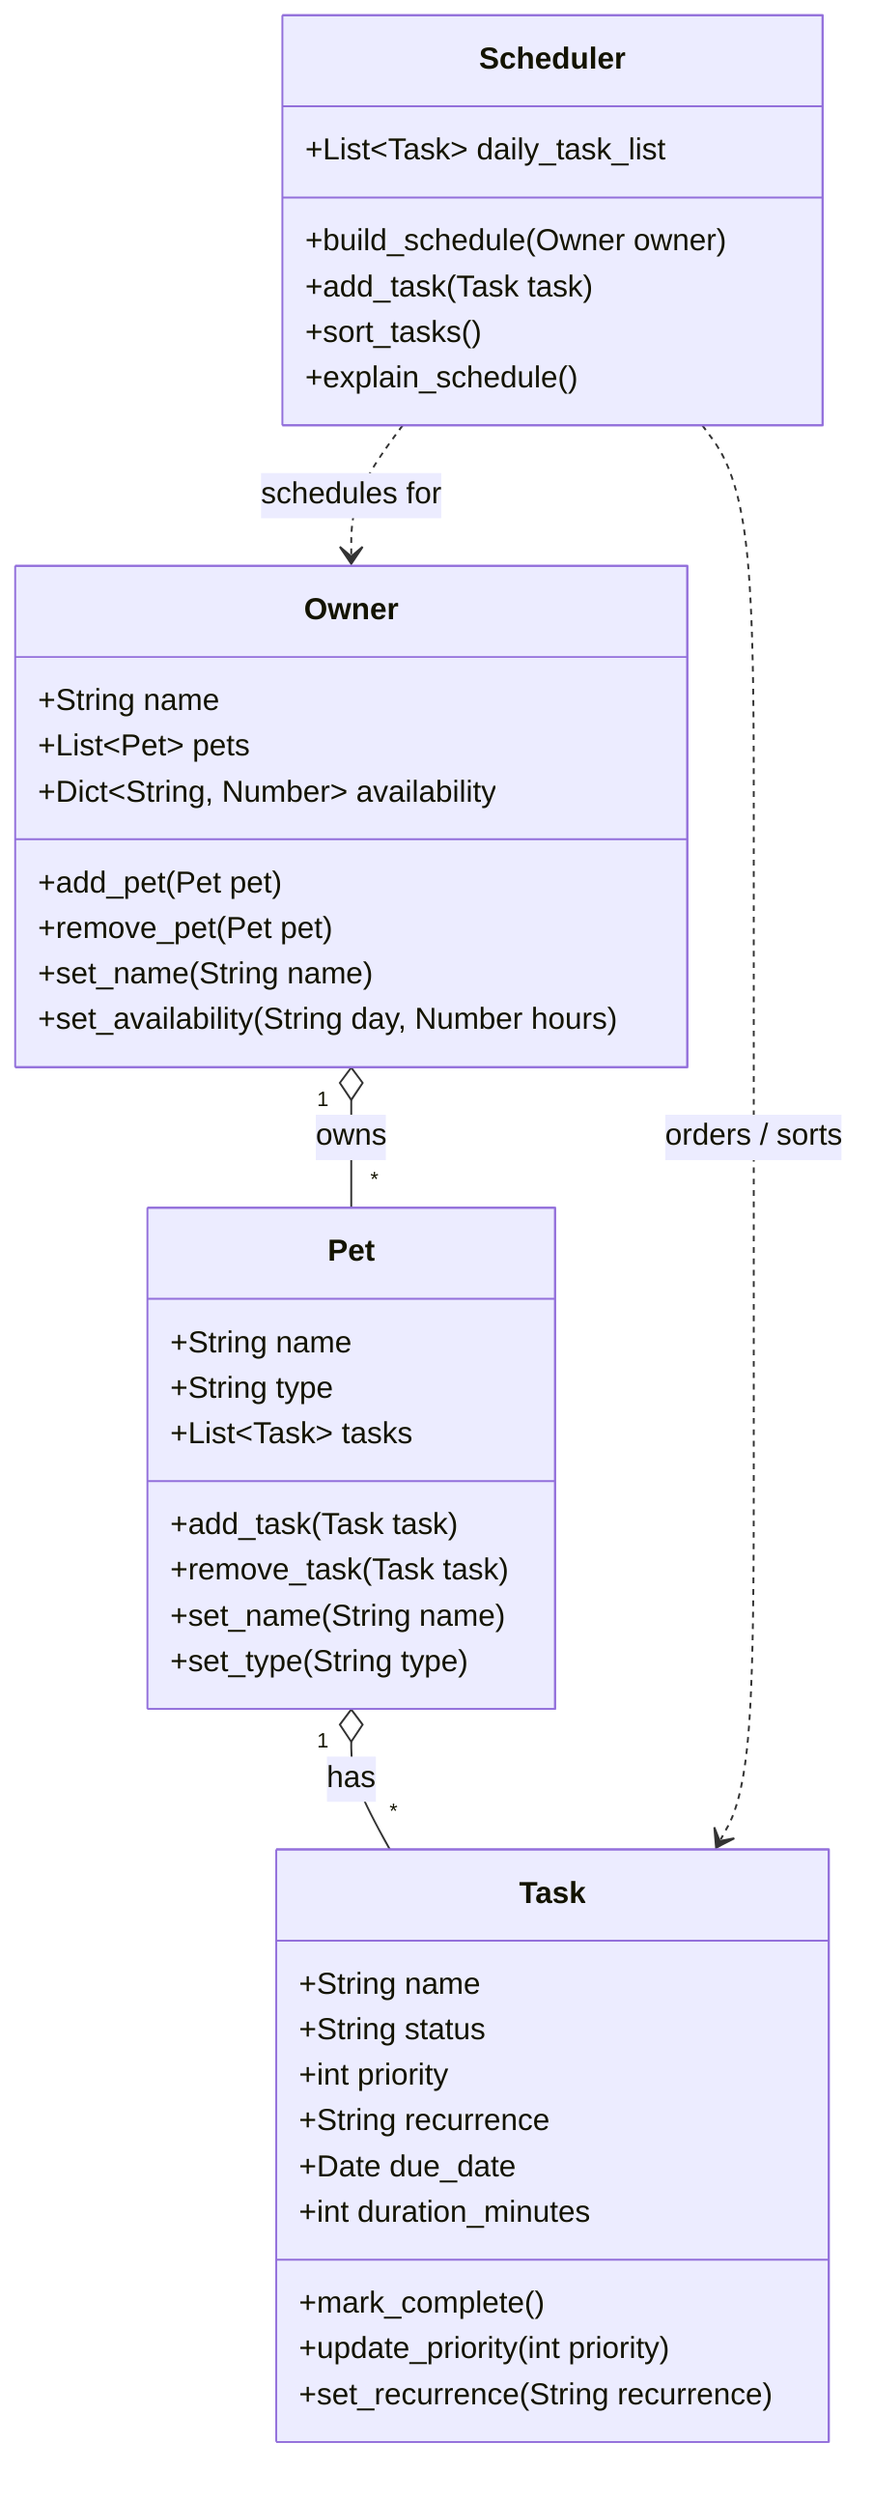
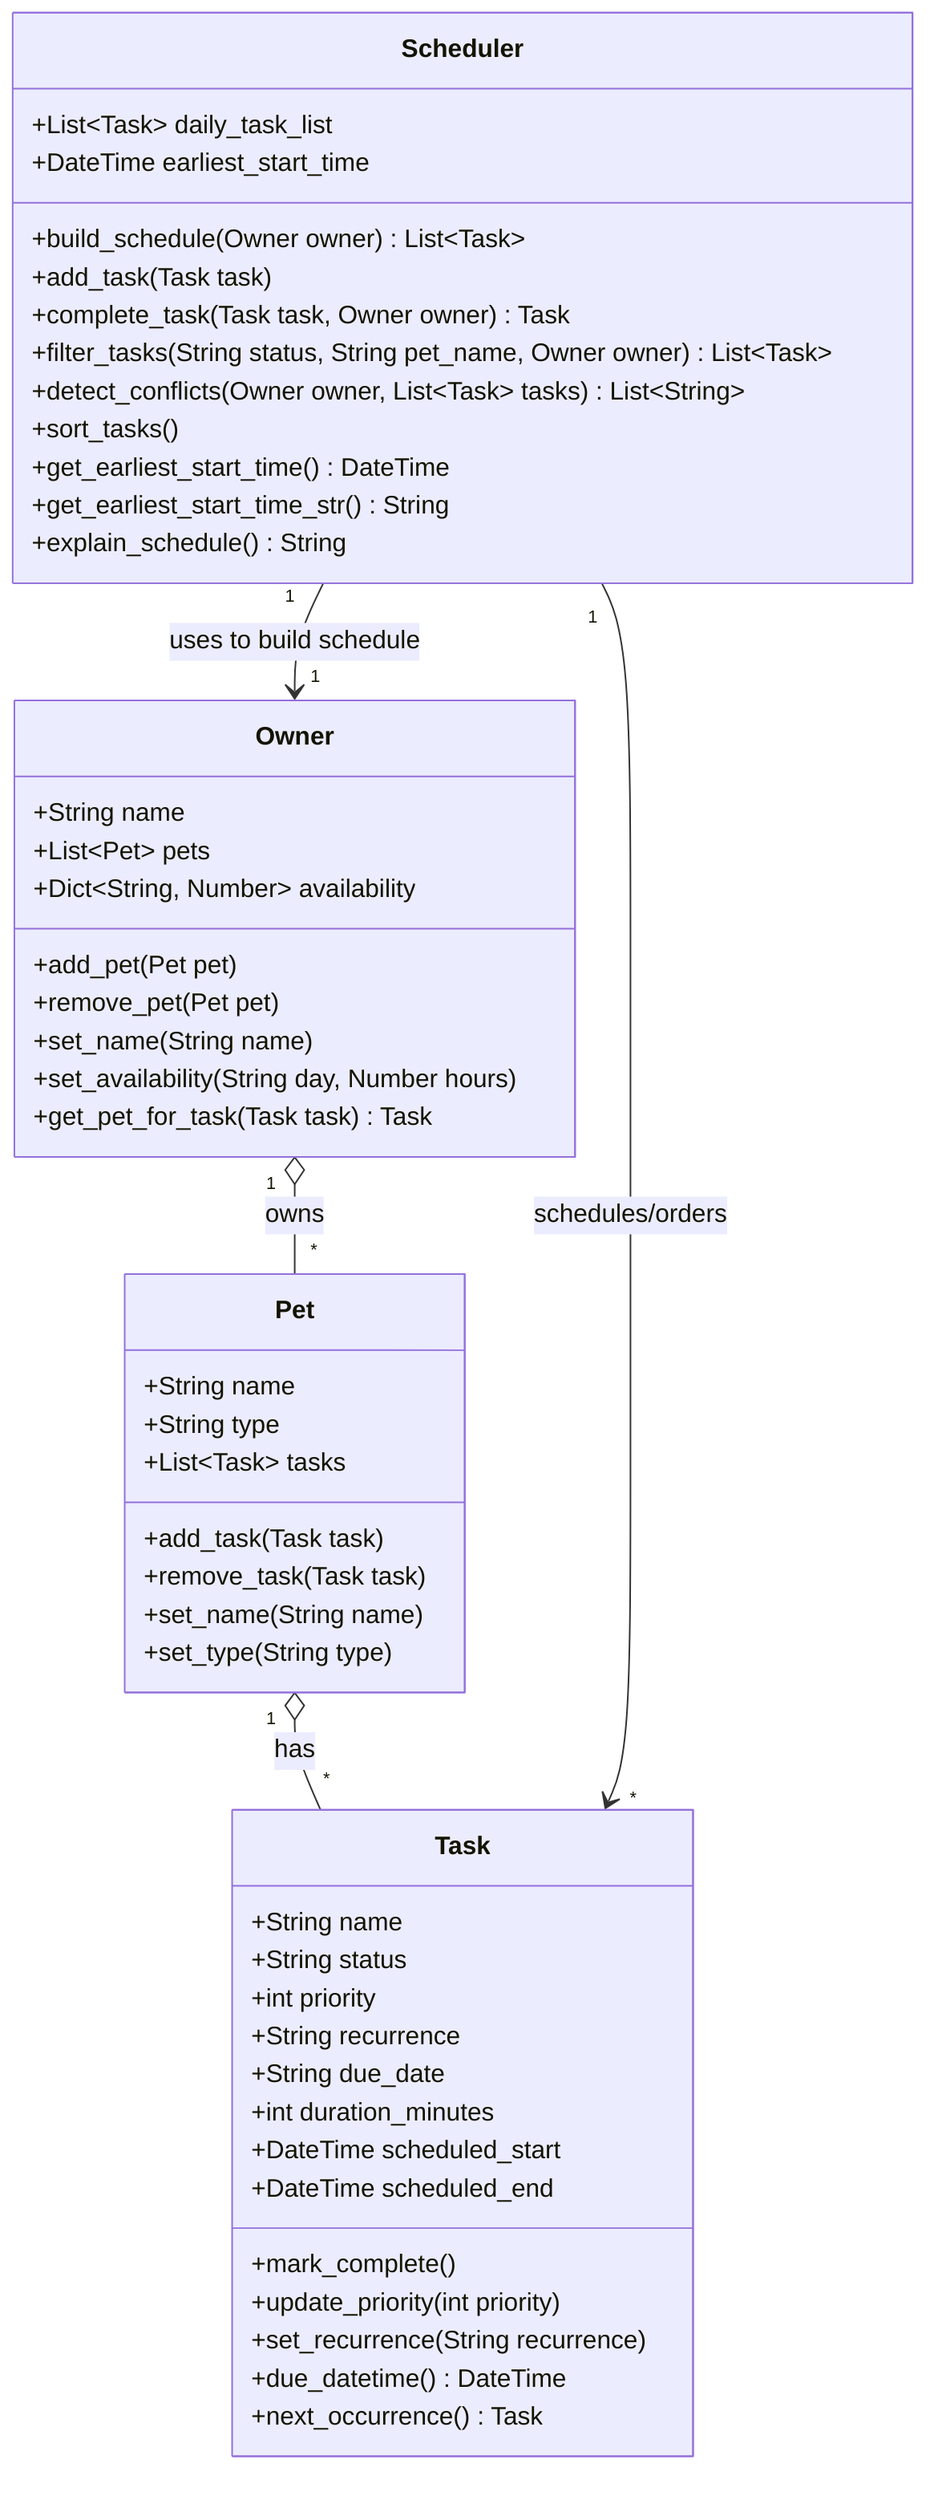
classDiagram
    class Owner {
        +String name
        +List~Pet~ pets
        +Dict~String, Number~ availability
        +add_pet(Pet pet)
        +remove_pet(Pet pet)
        +set_name(String name)
        +set_availability(String day, Number hours)
+         +get_pet_for_task(Task task) Task
    }

    class Pet {
        +String name
        +String type
        +List~Task~ tasks
        +add_task(Task task)
        +remove_task(Task task)
        +set_name(String name)
        +set_type(String type)
    }

    class Task {
        +String name
        +String status
        +int priority
        +String recurrence
-         +Date due_date
+         +String due_date
        +int duration_minutes
+         +DateTime scheduled_start
+         +DateTime scheduled_end
        +mark_complete()
        +update_priority(int priority)
        +set_recurrence(String recurrence)
+         +due_datetime() DateTime
+         +next_occurrence() Task
    }

    class Scheduler {
        +List~Task~ daily_task_list
-         +build_schedule(Owner owner)
+         +DateTime earliest_start_time
+         +build_schedule(Owner owner) List~Task~
        +add_task(Task task)
+         +complete_task(Task task, Owner owner) Task
+         +filter_tasks(String status, String pet_name, Owner owner) List~Task~
+         +detect_conflicts(Owner owner, List~Task~ tasks) List~String~
        +sort_tasks()
-         +explain_schedule()
+         +get_earliest_start_time() DateTime
+         +get_earliest_start_time_str() String
+         +explain_schedule() String
    }

    Owner "1" o-- "*" Pet : owns
    Pet "1" o-- "*" Task : has
-     Scheduler ..> Owner : schedules for
-     Scheduler ..> Task : orders / sorts
+     Scheduler "1" --> "*" Task : schedules/orders
+     Scheduler "1" --> "1" Owner : uses to build schedule
